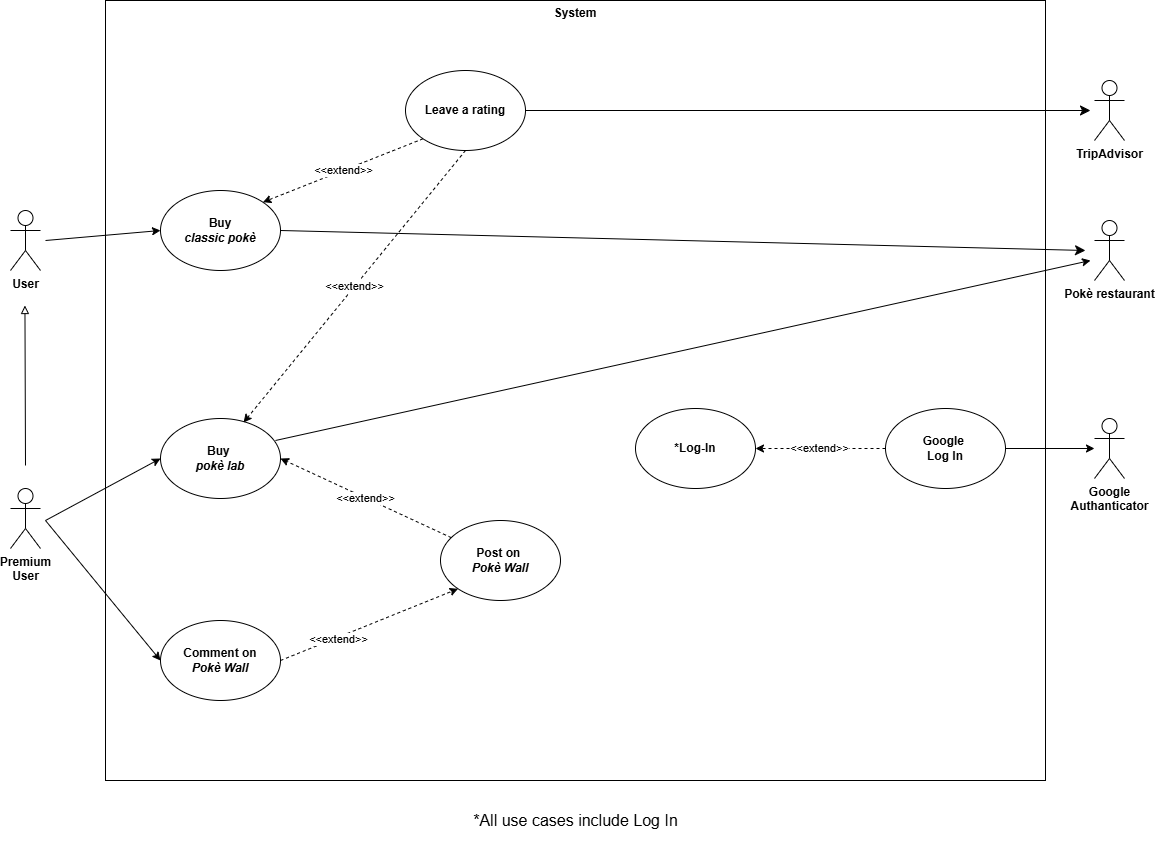
Earlier version of the draw.io export diagrams/UseCaseDiagram.drawio.png (matteopinfildi/YourPoke-ISPWProject). Source tidied: cells renumbered, new cells last; positions are measured from the earlier drawing's top-left corner, leaving out a move shared by most shapes.
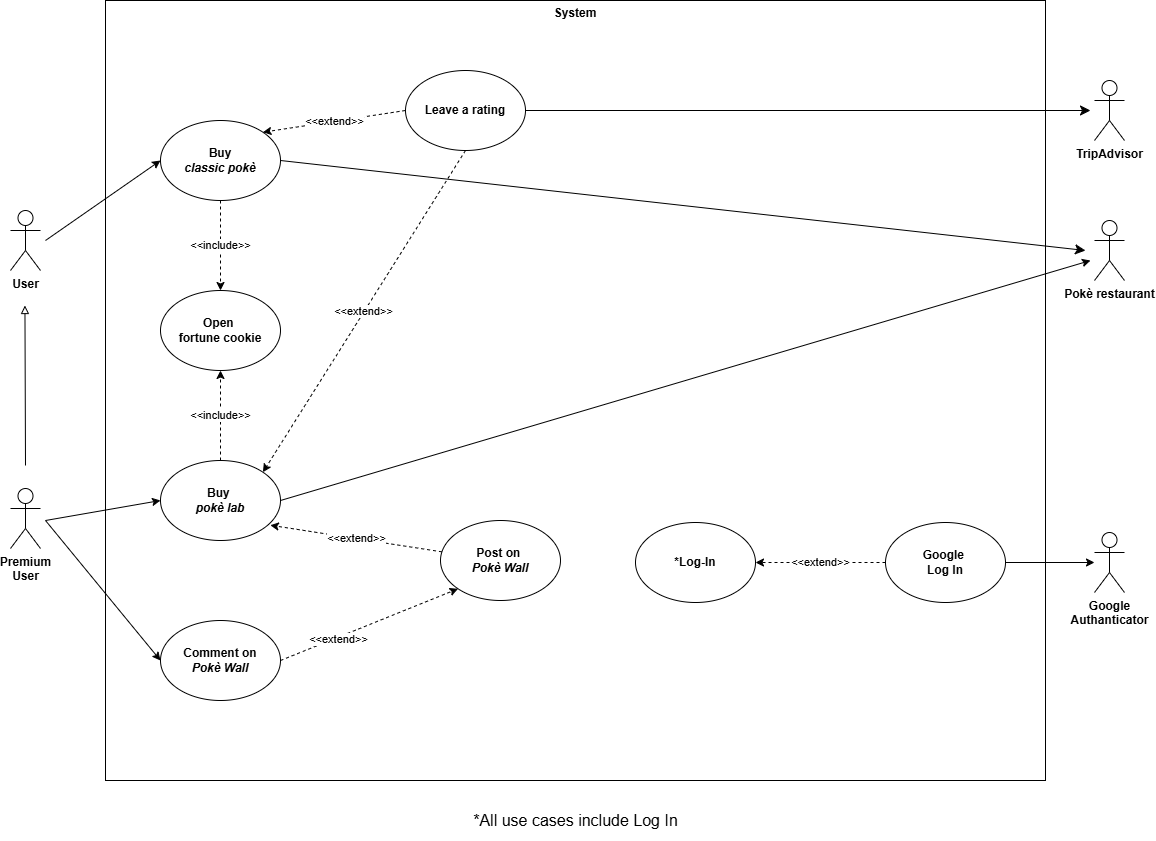
The same file after the commit.

Change to the diagram source:
```diff
@@ -12,10 +12,10 @@
       <mxGeometry y="488" width="30" height="60" as="geometry" />
     </mxCell>
     <mxCell id="5" value="&lt;b&gt;*Log-In&lt;/b&gt;" style="ellipse;whiteSpace=wrap;html=1;" parent="1" vertex="1">
-      <mxGeometry x="625" y="408" width="120" height="80" as="geometry" />
+      <mxGeometry x="625" y="522" width="120" height="80" as="geometry" />
     </mxCell>
     <mxCell id="6" value="&lt;b&gt;Buy&amp;nbsp;&lt;/b&gt;&lt;div&gt;&lt;b&gt;&lt;i&gt;pokè lab&lt;/i&gt;&lt;/b&gt;&lt;/div&gt;" style="ellipse;whiteSpace=wrap;html=1;" parent="1" vertex="1">
-      <mxGeometry x="150" y="418" width="120" height="80" as="geometry" />
+      <mxGeometry x="150" y="460" width="120" height="80" as="geometry" />
     </mxCell>
     <mxCell id="7" style="endArrow=classic;html=1;rounded=0;entryX=0;entryY=0.5;entryDx=0;entryDy=0;" parent="1" edge="1" target="6">
       <mxGeometry relative="1" as="geometry">
@@ -28,7 +28,7 @@
       </mxGeometry>
     </mxCell>
     <mxCell id="9" value="&lt;b&gt;Buy&lt;/b&gt;&lt;br&gt;&lt;div&gt;&lt;b&gt;&amp;nbsp;&lt;i&gt;classic&amp;nbsp;&lt;/i&gt;&lt;/b&gt;&lt;b style=&quot;background-color: transparent; color: light-dark(rgb(0, 0, 0), rgb(255, 255, 255));&quot;&gt;&lt;i&gt;pokè&amp;nbsp;&lt;/i&gt;&lt;/b&gt;&lt;/div&gt;" style="ellipse;whiteSpace=wrap;html=1;" parent="1" vertex="1">
-      <mxGeometry x="150" y="190" width="120" height="80" as="geometry" />
+      <mxGeometry x="150" y="120" width="120" height="80" as="geometry" />
     </mxCell>
     <mxCell id="10" style="endArrow=classic;html=1;rounded=0;entryX=0;entryY=0.5;entryDx=0;entryDy=0;" parent="1" edge="1" target="9">
       <mxGeometry relative="1" as="geometry">
@@ -36,7 +36,7 @@
       </mxGeometry>
     </mxCell>
     <mxCell id="11" value="&lt;b&gt;Google&lt;/b&gt;&lt;div&gt;&lt;b&gt;Authanticator&lt;/b&gt;&lt;/div&gt;&lt;div&gt;&lt;br&gt;&lt;/div&gt;" style="shape=umlActor;verticalLabelPosition=bottom;verticalAlign=top;html=1;outlineConnect=0;" parent="1" vertex="1">
-      <mxGeometry x="1084" y="418" width="30" height="60" as="geometry" />
+      <mxGeometry x="1084" y="532" width="30" height="60" as="geometry" />
     </mxCell>
     <mxCell id="12" style="endArrow=classic;html=1;rounded=0;exitX=1;exitY=0.5;exitDx=0;exitDy=0;" parent="1" edge="1" source="20" target="11">
       <mxGeometry relative="1" as="geometry" />
@@ -55,7 +55,7 @@
     <mxCell id="16" value="&lt;b&gt;Post on&amp;nbsp;&lt;/b&gt;&lt;div&gt;&lt;b&gt;&lt;i&gt;Pokè Wall&lt;/i&gt;&lt;/b&gt;&lt;/div&gt;" style="ellipse;whiteSpace=wrap;html=1;" parent="1" vertex="1">
       <mxGeometry x="430" y="520" width="120" height="80" as="geometry" />
     </mxCell>
-    <mxCell id="17" value="&amp;lt;&amp;lt;extend&amp;gt;&amp;gt;" style="endArrow=classic;html=1;rounded=0;entryX=1;entryY=0.5;entryDx=0;entryDy=0;dashed=1;" parent="1" edge="1" source="16" target="6">
+    <mxCell id="17" value="&amp;lt;&amp;lt;extend&amp;gt;&amp;gt;" style="endArrow=classic;html=1;rounded=0;entryX=0.915;entryY=0.809;entryDx=0;entryDy=0;dashed=1;entryPerimeter=0;" parent="1" edge="1" source="16" target="6">
       <mxGeometry relative="1" as="geometry" />
     </mxCell>
     <mxCell id="18" value="&lt;b&gt;Leave a rating&lt;/b&gt;" style="ellipse;whiteSpace=wrap;html=1;" parent="1" vertex="1">
@@ -68,7 +68,7 @@
       </mxGeometry>
     </mxCell>
     <mxCell id="20" value="&lt;b&gt;Google&amp;nbsp;&lt;/b&gt;&lt;div&gt;&lt;b&gt;Log In&lt;/b&gt;&lt;/div&gt;" style="ellipse;whiteSpace=wrap;html=1;" parent="1" vertex="1">
-      <mxGeometry x="875" y="408" width="120" height="80" as="geometry" />
+      <mxGeometry x="875" y="522" width="120" height="80" as="geometry" />
     </mxCell>
     <mxCell id="21" value="&amp;lt;&amp;lt;extend&amp;gt;&amp;gt;" style="endArrow=classic;html=1;rounded=0;exitX=0;exitY=0.5;exitDx=0;exitDy=0;entryX=1;entryY=0.5;entryDx=0;entryDy=0;dashed=1;" parent="1" edge="1" source="20" target="5">
       <mxGeometry relative="1" as="geometry" />
@@ -82,12 +82,12 @@
     <mxCell id="24" value="*All use cases include Log In" style="text;html=1;align=center;verticalAlign=middle;strokeColor=none;fillColor=none;fontSize=16;" parent="1" vertex="1">
       <mxGeometry x="430" y="800" width="270" height="40" as="geometry" />
     </mxCell>
-    <mxCell id="25" style="endArrow=classic;html=1;rounded=0;exitX=0.958;exitY=0.275;exitDx=0;exitDy=0;exitPerimeter=0;" parent="1" edge="1" source="6">
+    <mxCell id="25" style="endArrow=classic;html=1;rounded=0;exitX=1;exitY=0.5;exitDx=0;exitDy=0;" parent="1" edge="1" source="6">
       <mxGeometry relative="1" as="geometry">
         <mxPoint x="1080" y="260" as="targetPoint" />
       </mxGeometry>
     </mxCell>
-    <mxCell id="26" value="&amp;lt;&amp;lt;extend&amp;gt;&amp;gt;" style="endArrow=classic;html=1;rounded=0;entryX=1;entryY=0;entryDx=0;entryDy=0;dashed=1;exitX=0;exitY=1;exitDx=0;exitDy=0;" parent="1" edge="1" source="18" target="9">
+    <mxCell id="26" value="&amp;lt;&amp;lt;extend&amp;gt;&amp;gt;" style="endArrow=classic;html=1;rounded=0;entryX=1;entryY=0;entryDx=0;entryDy=0;dashed=1;exitX=0;exitY=0.5;exitDx=0;exitDy=0;" parent="1" edge="1" source="18" target="9">
       <mxGeometry relative="1" as="geometry" />
     </mxCell>
     <mxCell id="27" value="&lt;div&gt;&lt;b&gt;TripAdvisor&lt;/b&gt;&lt;/div&gt;" style="shape=umlActor;verticalLabelPosition=bottom;verticalAlign=top;html=1;" parent="1" vertex="1">
@@ -98,8 +98,17 @@
         <mxPoint x="1080" y="110" as="targetPoint" />
       </mxGeometry>
     </mxCell>
-    <mxCell id="29" value="&amp;lt;&amp;lt;extend&amp;gt;&amp;gt;" style="endArrow=classic;html=1;rounded=0;entryX=0.692;entryY=0.05;entryDx=0;entryDy=0;dashed=1;exitX=0.5;exitY=1;exitDx=0;exitDy=0;entryPerimeter=0;" parent="1" edge="1" source="18" target="6">
+    <mxCell id="29" value="&amp;lt;&amp;lt;extend&amp;gt;&amp;gt;" style="endArrow=classic;html=1;rounded=0;entryX=1;entryY=0;entryDx=0;entryDy=0;dashed=1;exitX=0.5;exitY=1;exitDx=0;exitDy=0;" parent="1" edge="1" source="18" target="6">
       <mxGeometry relative="1" as="geometry" />
     </mxCell>
+    <mxCell id="30" value="&lt;b&gt;Open&amp;nbsp;&lt;br&gt;fortune cookie&lt;/b&gt;" style="ellipse;whiteSpace=wrap;html=1;" parent="1" vertex="1">
+      <mxGeometry x="150" y="290" width="120" height="80" as="geometry" />
+    </mxCell>
+    <mxCell id="31" value="&amp;lt;&amp;lt;include&amp;gt;&amp;gt;" style="endArrow=classic;html=1;rounded=0;entryX=0.5;entryY=1;entryDx=0;entryDy=0;dashed=1;exitX=0.5;exitY=0;exitDx=0;exitDy=0;" parent="1" edge="1" source="6" target="30">
+      <mxGeometry relative="1" as="geometry" />
+    </mxCell>
+    <mxCell id="32" value="&amp;lt;&amp;lt;include&amp;gt;&amp;gt;" style="endArrow=classic;html=1;rounded=0;entryX=0.5;entryY=0;entryDx=0;entryDy=0;dashed=1;exitX=0.5;exitY=1;exitDx=0;exitDy=0;" parent="1" edge="1" source="9" target="30">
+      <mxGeometry relative="1" as="geometry" />
+    </mxCell>
   </root>
 </mxGraphModel>
```
